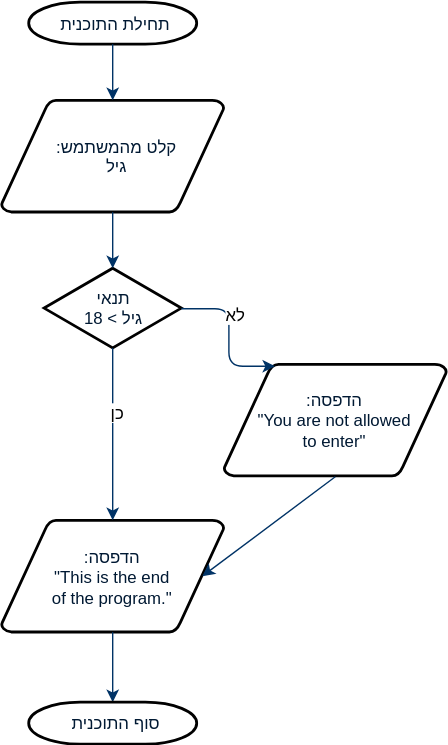
The draw.io diagram week2/images/if-flow.svg in PythonFreeCourse/Notebooks, before a commit. Source tidied: cells renumbered, new cells last; positions are measured from the earlier drawing's top-left corner, leaving out a move shared by most shapes. Source of this version:
```xml
<mxGraphModel background="#ffffff">
  <root>
    <mxCell id="0" />
    <mxCell id="1" parent="0" />
    <mxCell id="2" value="תחילת התוכנית&lt;br&gt;" style="shape=mxgraph.flowchart.terminator;fillColor=#FFFFFF;strokeColor=#000000;strokeWidth=2;gradientColor=none;gradientDirection=north;fontColor=#001933;fontStyle=0;html=1;" parent="1" vertex="1">
      <mxGeometry x="20" width="120" height="30" as="geometry" />
    </mxCell>
    <mxCell id="3" value=":קלט מהמשתמש&lt;br&gt;גיל&lt;br&gt;" style="shape=mxgraph.flowchart.data;fillColor=#FFFFFF;strokeColor=#000000;strokeWidth=2;gradientColor=none;gradientDirection=north;fontColor=#001933;fontStyle=0;html=1;" parent="1" vertex="1">
      <mxGeometry x="0.5" y="70" width="159" height="80" as="geometry" />
    </mxCell>
    <mxCell id="4" value=":הדפסה&lt;br&gt;&quot;&lt;span&gt;This is the end&lt;br&gt;of the program.&quot;&lt;/span&gt;" style="shape=mxgraph.flowchart.data;fillColor=#FFFFFF;strokeColor=#000000;strokeWidth=2;gradientColor=none;gradientDirection=north;fontColor=#001933;fontStyle=0;html=1;" parent="1" vertex="1">
      <mxGeometry x="0.5" y="370" width="159" height="80" as="geometry" />
    </mxCell>
    <mxCell id="5" value="תנאי&lt;br&gt;גיל &amp;gt; 18&lt;br&gt;" style="shape=mxgraph.flowchart.decision;fillColor=#FFFFFF;strokeColor=#000000;strokeWidth=2;gradientColor=none;gradientDirection=north;fontColor=#001933;fontStyle=0;html=1;" parent="1" vertex="1">
      <mxGeometry x="31" y="190" width="98" height="57" as="geometry" />
    </mxCell>
    <mxCell id="6" style="fontColor=#001933;fontStyle=1;strokeColor=#003366;strokeWidth=1;html=1;" parent="1" edge="1" source="2" target="3">
      <mxGeometry relative="1" as="geometry" />
    </mxCell>
    <mxCell id="7" style="fontColor=#001933;fontStyle=1;strokeColor=#003366;strokeWidth=1;html=1;" parent="1" edge="1" source="3">
      <mxGeometry relative="1" as="geometry">
        <mxPoint x="80" y="190" as="targetPoint" />
      </mxGeometry>
    </mxCell>
    <mxCell id="8" style="edgeStyle=elbowEdgeStyle;elbow=horizontal;fontColor=#001933;fontStyle=1;strokeColor=#003366;strokeWidth=1;html=1;" parent="1" edge="1" source="5" target="4">
      <mxGeometry as="geometry" />
    </mxCell>
    <mxCell id="9" value="כן&lt;br&gt;" style="text;html=1;align=center;verticalAlign=middle;labelBackgroundColor=#ffffff;" parent="8" vertex="1">
      <mxGeometry relative="1" as="geometry">
        <mxPoint x="3" y="-17" as="offset" />
      </mxGeometry>
    </mxCell>
    <mxCell id="10" value="no" style="text;fontColor=#001933;fontStyle=0;html=1;strokeColor=none;gradientColor=none;fillColor=none;strokeWidth=2;align=center;" parent="1" vertex="1">
      <mxGeometry x="80" y="450" width="40" height="26" as="geometry" />
    </mxCell>
    <mxCell id="11" style="edgeStyle=elbowEdgeStyle;elbow=horizontal;fontColor=#001933;fontStyle=1;strokeColor=#003366;strokeWidth=1;html=1;" parent="1" edge="1" source="4">
      <mxGeometry y="-80" as="geometry">
        <mxPoint x="80" y="500" as="targetPoint" />
      </mxGeometry>
    </mxCell>
    <mxCell id="12" value="סוף התוכנית&lt;br&gt;" style="shape=mxgraph.flowchart.terminator;fillColor=#FFFFFF;strokeColor=#000000;strokeWidth=2;gradientColor=none;gradientDirection=north;fontColor=#001933;fontStyle=0;html=1;" parent="1" vertex="1">
      <mxGeometry x="20" y="500" width="120" height="30" as="geometry" />
    </mxCell>
    <mxCell id="13" value=":הדפסה&lt;br&gt;&quot;You are not allowed&lt;br&gt;to enter&lt;span&gt;&quot;&lt;/span&gt;" style="shape=mxgraph.flowchart.data;fillColor=#FFFFFF;strokeColor=#000000;strokeWidth=2;gradientColor=none;gradientDirection=north;fontColor=#001933;fontStyle=0;html=1;" parent="1" vertex="1">
      <mxGeometry x="159.5" y="258.5" width="159" height="80" as="geometry" />
    </mxCell>
    <mxCell id="14" style="edgeStyle=elbowEdgeStyle;elbow=horizontal;fontColor=#001933;fontStyle=1;strokeColor=#003366;strokeWidth=1;html=1;exitX=1;exitY=0.5;exitDx=0;exitDy=0;exitPerimeter=0;entryX=0.23;entryY=0.02;entryDx=0;entryDy=0;entryPerimeter=0;" parent="1" edge="1" source="5" target="13">
      <mxGeometry x="200" y="-97" as="geometry" />
    </mxCell>
    <mxCell id="15" value="לא&lt;br&gt;" style="text;html=1;align=center;verticalAlign=middle;labelBackgroundColor=#ffffff;" parent="14" vertex="1">
      <mxGeometry relative="1" as="geometry">
        <mxPoint x="3" y="-17" as="offset" />
      </mxGeometry>
    </mxCell>
    <mxCell id="16" style="fontColor=#001933;fontStyle=1;strokeColor=#003366;strokeWidth=1;html=1;entryX=0.905;entryY=0.5;entryDx=0;entryDy=0;entryPerimeter=0;" parent="1" edge="1" target="4">
      <mxGeometry relative="1" as="geometry">
        <mxPoint x="239" y="339" as="sourcePoint" />
      </mxGeometry>
    </mxCell>
  </root>
</mxGraphModel>
```
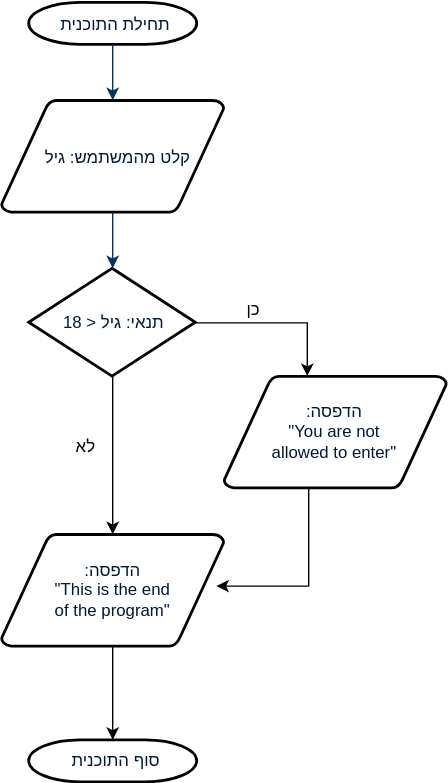
Later version of the same file.

The edit, as a diff of the source:
```diff
@@ -5,14 +5,21 @@
     <mxCell id="2" value="תחילת התוכנית&lt;br&gt;" style="shape=mxgraph.flowchart.terminator;fillColor=#FFFFFF;strokeColor=#000000;strokeWidth=2;gradientColor=none;gradientDirection=north;fontColor=#001933;fontStyle=0;html=1;" parent="1" vertex="1">
       <mxGeometry x="20" width="120" height="30" as="geometry" />
     </mxCell>
-    <mxCell id="3" value=":קלט מהמשתמש&lt;br&gt;גיל&lt;br&gt;" style="shape=mxgraph.flowchart.data;fillColor=#FFFFFF;strokeColor=#000000;strokeWidth=2;gradientColor=none;gradientDirection=north;fontColor=#001933;fontStyle=0;html=1;" parent="1" vertex="1">
+    <mxCell id="3" value="קלט מהמשתמש: גיל" style="shape=mxgraph.flowchart.data;fillColor=#FFFFFF;strokeColor=#000000;strokeWidth=2;gradientColor=none;gradientDirection=north;fontColor=#001933;fontStyle=0;html=1;" parent="1" vertex="1">
       <mxGeometry x="0.5" y="70" width="159" height="80" as="geometry" />
     </mxCell>
-    <mxCell id="4" value=":הדפסה&lt;br&gt;&quot;&lt;span&gt;This is the end&lt;br&gt;of the program.&quot;&lt;/span&gt;" style="shape=mxgraph.flowchart.data;fillColor=#FFFFFF;strokeColor=#000000;strokeWidth=2;gradientColor=none;gradientDirection=north;fontColor=#001933;fontStyle=0;html=1;" parent="1" vertex="1">
-      <mxGeometry x="0.5" y="370" width="159" height="80" as="geometry" />
-    </mxCell>
+    <mxCell id="17" style="edgeStyle=orthogonalEdgeStyle;rounded=0;jettySize=auto;html=1;entryX=0.375;entryY=0;entryDx=0;entryDy=0;entryPerimeter=0;" parent="1" edge="1" source="5" target="19">
+      <mxGeometry relative="1" as="geometry">
+        <Array as="points">
+          <mxPoint x="219" y="229" />
+        </Array>
+      </mxGeometry>
+    </mxCell>
+    <mxCell id="18" style="edgeStyle=orthogonalEdgeStyle;rounded=0;jettySize=auto;html=1;entryX=0.5;entryY=0;entryDx=0;entryDy=0;entryPerimeter=0;" parent="1" edge="1" source="5" target="21">
+      <mxGeometry relative="1" as="geometry" />
+    </mxCell>
-    <mxCell id="5" value="תנאי&lt;br&gt;גיל &amp;gt; 18&lt;br&gt;" style="shape=mxgraph.flowchart.decision;fillColor=#FFFFFF;strokeColor=#000000;strokeWidth=2;gradientColor=none;gradientDirection=north;fontColor=#001933;fontStyle=0;html=1;" parent="1" vertex="1">
-      <mxGeometry x="31" y="190" width="98" height="57" as="geometry" />
+    <mxCell id="5" value="תנאי: גיל &amp;lt; 18&lt;br&gt;" style="shape=mxgraph.flowchart.decision;fillColor=#FFFFFF;strokeColor=#000000;strokeWidth=2;gradientColor=none;gradientDirection=north;fontColor=#001933;fontStyle=0;html=1;" parent="1" vertex="1">
+      <mxGeometry x="20" y="190" width="119" height="77" as="geometry" />
     </mxCell>
     <mxCell id="6" style="fontColor=#001933;fontStyle=1;strokeColor=#003366;strokeWidth=1;html=1;" parent="1" edge="1" source="2" target="3">
       <mxGeometry relative="1" as="geometry" />
@@ -22,40 +29,31 @@
         <mxPoint x="80" y="190" as="targetPoint" />
       </mxGeometry>
     </mxCell>
-    <mxCell id="8" style="edgeStyle=elbowEdgeStyle;elbow=horizontal;fontColor=#001933;fontStyle=1;strokeColor=#003366;strokeWidth=1;html=1;" parent="1" edge="1" source="5" target="4">
-      <mxGeometry as="geometry" />
-    </mxCell>
+    <mxCell id="12" value="סוף התוכנית&lt;br&gt;" style="shape=mxgraph.flowchart.terminator;fillColor=#FFFFFF;strokeColor=#000000;strokeWidth=2;gradientColor=none;gradientDirection=north;fontColor=#001933;fontStyle=0;html=1;" parent="1" vertex="1">
+      <mxGeometry x="20" y="526.8" width="120" height="30" as="geometry" />
+    </mxCell>
+    <mxCell id="19" value="&lt;div style=&quot;direction: rtl&quot;&gt;&lt;span&gt;הדפסה:&lt;/span&gt;&lt;/div&gt;&quot;&lt;span&gt;You are not&lt;/span&gt;&lt;br&gt;&lt;div&gt;&lt;span&gt;allowed to enter&quot;&lt;/span&gt;&lt;/div&gt;" style="shape=mxgraph.flowchart.data;fillColor=#FFFFFF;strokeColor=#000000;strokeWidth=2;gradientColor=none;gradientDirection=north;fontColor=#001933;fontStyle=0;html=1;" parent="1" vertex="1">
+      <mxGeometry x="159.5" y="267" width="159" height="80" as="geometry" />
+    </mxCell>
+    <mxCell id="20" style="edgeStyle=orthogonalEdgeStyle;rounded=0;jettySize=auto;html=1;" parent="1" edge="1" source="21" target="12">
+      <mxGeometry relative="1" as="geometry" />
+    </mxCell>
+    <mxCell id="21" value="&lt;div style=&quot;direction: rtl&quot;&gt;&lt;span&gt;הדפסה:&lt;/span&gt;&lt;/div&gt;&quot;This is the end&lt;br&gt;of the program&lt;span&gt;&quot;&lt;/span&gt;&lt;br&gt;" style="shape=mxgraph.flowchart.data;fillColor=#FFFFFF;strokeColor=#000000;strokeWidth=2;gradientColor=none;gradientDirection=north;fontColor=#001933;fontStyle=0;html=1;" parent="1" vertex="1">
+      <mxGeometry x="0.5" y="380" width="159" height="80" as="geometry" />
+    </mxCell>
+    <mxCell id="22" style="edgeStyle=orthogonalEdgeStyle;rounded=0;jettySize=auto;html=1;entryX=0.968;entryY=0.457;entryDx=0;entryDy=0;entryPerimeter=0;exitX=0.5;exitY=1;exitDx=0;exitDy=0;exitPerimeter=0;" parent="1" edge="1" source="19" target="21">
+      <mxGeometry relative="1" as="geometry">
+        <Array as="points">
+          <mxPoint x="220" y="347" />
+          <mxPoint x="220" y="417" />
+        </Array>
+      </mxGeometry>
+    </mxCell>
-    <mxCell id="9" value="כן&lt;br&gt;" style="text;html=1;align=center;verticalAlign=middle;labelBackgroundColor=#ffffff;" parent="8" vertex="1">
-      <mxGeometry relative="1" as="geometry">
-        <mxPoint x="3" y="-17" as="offset" />
-      </mxGeometry>
+    <mxCell id="9" value="כן&lt;br&gt;" style="text;html=1;strokeColor=none;fillColor=none;align=center;verticalAlign=middle;whiteSpace=wrap;rounded=0;" parent="1" vertex="1">
+      <mxGeometry x="159.5" y="208.5" width="40" height="20" as="geometry" />
     </mxCell>
-    <mxCell id="10" value="no" style="text;fontColor=#001933;fontStyle=0;html=1;strokeColor=none;gradientColor=none;fillColor=none;strokeWidth=2;align=center;" parent="1" vertex="1">
-      <mxGeometry x="80" y="450" width="40" height="26" as="geometry" />
-    </mxCell>
-    <mxCell id="11" style="edgeStyle=elbowEdgeStyle;elbow=horizontal;fontColor=#001933;fontStyle=1;strokeColor=#003366;strokeWidth=1;html=1;" parent="1" edge="1" source="4">
-      <mxGeometry y="-80" as="geometry">
-        <mxPoint x="80" y="500" as="targetPoint" />
-      </mxGeometry>
-    </mxCell>
-    <mxCell id="12" value="סוף התוכנית&lt;br&gt;" style="shape=mxgraph.flowchart.terminator;fillColor=#FFFFFF;strokeColor=#000000;strokeWidth=2;gradientColor=none;gradientDirection=north;fontColor=#001933;fontStyle=0;html=1;" parent="1" vertex="1">
-      <mxGeometry x="20" y="500" width="120" height="30" as="geometry" />
-    </mxCell>
-    <mxCell id="13" value=":הדפסה&lt;br&gt;&quot;You are not allowed&lt;br&gt;to enter&lt;span&gt;&quot;&lt;/span&gt;" style="shape=mxgraph.flowchart.data;fillColor=#FFFFFF;strokeColor=#000000;strokeWidth=2;gradientColor=none;gradientDirection=north;fontColor=#001933;fontStyle=0;html=1;" parent="1" vertex="1">
-      <mxGeometry x="159.5" y="258.5" width="159" height="80" as="geometry" />
-    </mxCell>
-    <mxCell id="14" style="edgeStyle=elbowEdgeStyle;elbow=horizontal;fontColor=#001933;fontStyle=1;strokeColor=#003366;strokeWidth=1;html=1;exitX=1;exitY=0.5;exitDx=0;exitDy=0;exitPerimeter=0;entryX=0.23;entryY=0.02;entryDx=0;entryDy=0;entryPerimeter=0;" parent="1" edge="1" source="5" target="13">
-      <mxGeometry x="200" y="-97" as="geometry" />
-    </mxCell>
-    <mxCell id="15" value="לא&lt;br&gt;" style="text;html=1;align=center;verticalAlign=middle;labelBackgroundColor=#ffffff;" parent="14" vertex="1">
-      <mxGeometry relative="1" as="geometry">
-        <mxPoint x="3" y="-17" as="offset" />
-      </mxGeometry>
+    <mxCell id="15" value="לא&lt;br&gt;" style="text;html=1;strokeColor=none;fillColor=none;align=center;verticalAlign=middle;whiteSpace=wrap;rounded=0;" parent="1" vertex="1">
+      <mxGeometry x="39.5" y="307" width="40" height="20" as="geometry" />
     </mxCell>
-    <mxCell id="16" style="fontColor=#001933;fontStyle=1;strokeColor=#003366;strokeWidth=1;html=1;entryX=0.905;entryY=0.5;entryDx=0;entryDy=0;entryPerimeter=0;" parent="1" edge="1" target="4">
-      <mxGeometry relative="1" as="geometry">
-        <mxPoint x="239" y="339" as="sourcePoint" />
-      </mxGeometry>
-    </mxCell>
   </root>
 </mxGraphModel>
```
